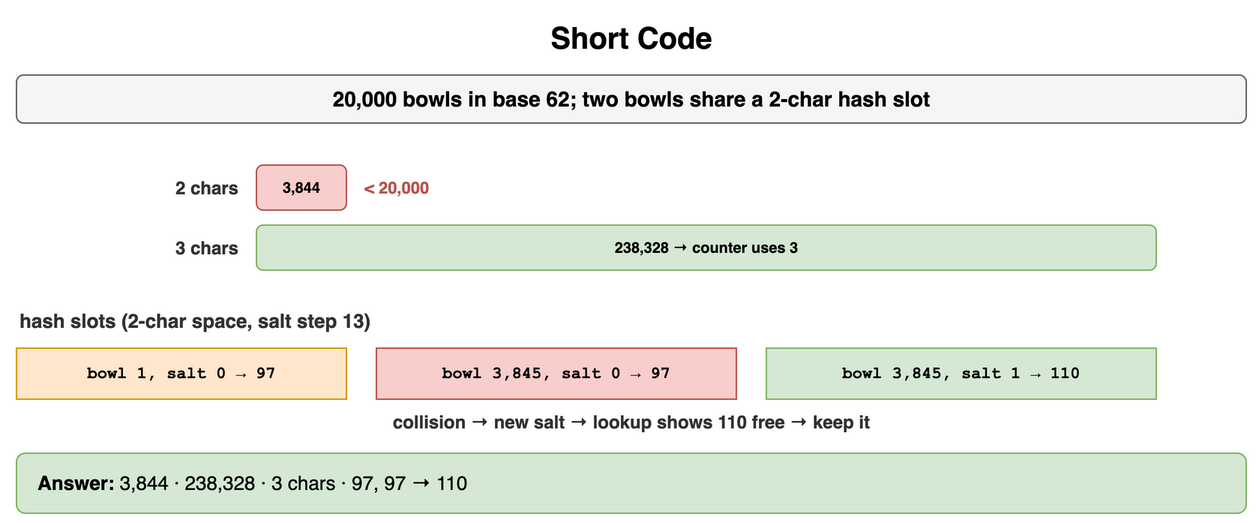
The draw.io diagram content/09_System_Design_Interview/19_Unique_ID_Generation/diagrams/unique-id-drills-7-short-code.png in amendez13/swe-study-guide, before a commit. Source tidied: cells renumbered, new cells last; positions are measured from the earlier drawing's top-left corner, leaving out a move shared by most shapes.
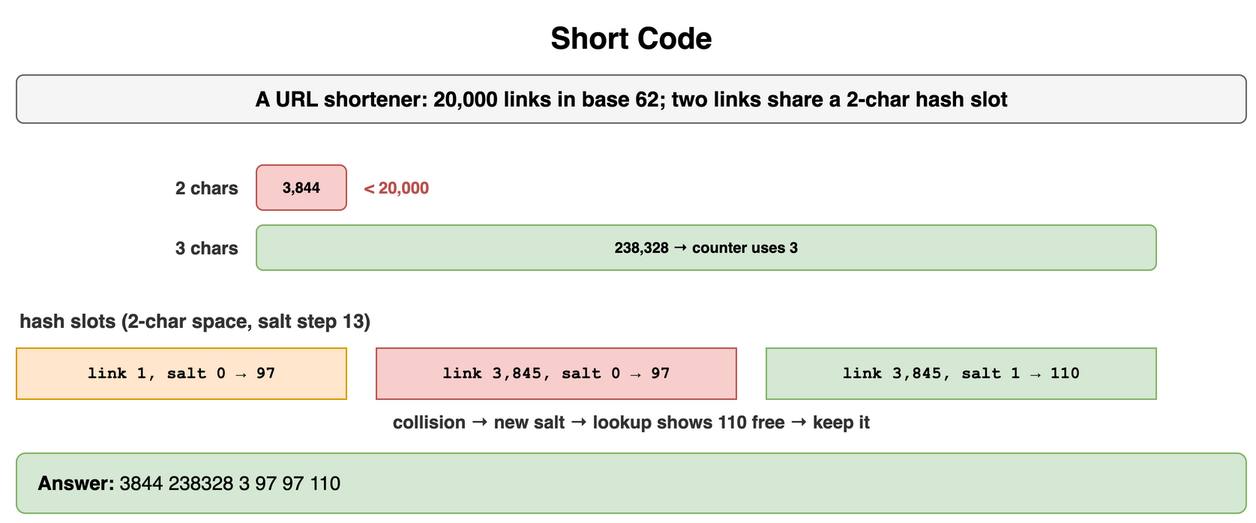
The same file after the commit.

What changed in the source:
```diff
@@ -5,7 +5,7 @@
     <mxCell id="2" value="Short Code" style="text;html=1;align=center;verticalAlign=middle;whiteSpace=wrap;fontSize=20;fontStyle=1;" parent="1" vertex="1">
       <mxGeometry width="820" height="30" as="geometry" />
     </mxCell>
-    <mxCell id="3" value="20,000 bowls in base 62; two bowls share a 2-char hash slot" style="rounded=1;whiteSpace=wrap;html=1;fillColor=#f5f5f5;strokeColor=#666666;fontStyle=1;fontSize=14;" parent="1" vertex="1">
+    <mxCell id="3" value="A URL shortener: 20,000 links in base 62; two links share a 2-char hash slot" style="rounded=1;whiteSpace=wrap;html=1;fillColor=#f5f5f5;strokeColor=#666666;fontStyle=1;fontSize=14;" parent="1" vertex="1">
       <mxGeometry y="40" width="820" height="32" as="geometry" />
     </mxCell>
     <mxCell id="4" value="2 chars" style="text;html=1;whiteSpace=wrap;fontSize=11;align=right;verticalAlign=middle;fontSize=12;fontColor=#333333;fontStyle=1;" parent="1" vertex="1">
@@ -26,19 +26,19 @@
     <mxCell id="9" value="hash slots (2-char space, salt step 13)" style="text;html=1;whiteSpace=wrap;fontSize=11;align=left;verticalAlign=middle;fontSize=13;fontColor=#333333;fontStyle=1;" parent="1" vertex="1">
       <mxGeometry y="194" width="500" height="20" as="geometry" />
     </mxCell>
-    <mxCell id="10" value="bowl 1, salt 0 → 97" style="rounded=0;whiteSpace=wrap;html=1;fontFamily=Courier New;fontStyle=1;fontSize=13;fillColor=#ffe6cc;strokeColor=#d79b00;fontSize=11;" parent="1" vertex="1">
+    <mxCell id="10" value="link 1, salt 0 → 97" style="rounded=0;whiteSpace=wrap;html=1;fontFamily=Courier New;fontStyle=1;fontSize=13;fillColor=#ffe6cc;strokeColor=#d79b00;fontSize=11;" parent="1" vertex="1">
       <mxGeometry y="222" width="220" height="34" as="geometry" />
     </mxCell>
-    <mxCell id="11" value="bowl 3,845, salt 0 → 97" style="rounded=0;whiteSpace=wrap;html=1;fontFamily=Courier New;fontStyle=1;fontSize=13;fillColor=#f8cecc;strokeColor=#b85450;fontSize=11;" parent="1" vertex="1">
+    <mxCell id="11" value="link 3,845, salt 0 → 97" style="rounded=0;whiteSpace=wrap;html=1;fontFamily=Courier New;fontStyle=1;fontSize=13;fillColor=#f8cecc;strokeColor=#b85450;fontSize=11;" parent="1" vertex="1">
       <mxGeometry x="240" y="222" width="240" height="34" as="geometry" />
     </mxCell>
-    <mxCell id="12" value="bowl 3,845, salt 1 → 110" style="rounded=0;whiteSpace=wrap;html=1;fontFamily=Courier New;fontStyle=1;fontSize=13;fillColor=#d5e8d4;strokeColor=#82b366;fontSize=11;" parent="1" vertex="1">
+    <mxCell id="12" value="link 3,845, salt 1 → 110" style="rounded=0;whiteSpace=wrap;html=1;fontFamily=Courier New;fontStyle=1;fontSize=13;fillColor=#d5e8d4;strokeColor=#82b366;fontSize=11;" parent="1" vertex="1">
       <mxGeometry x="500" y="222" width="260" height="34" as="geometry" />
     </mxCell>
     <mxCell id="13" value="collision → new salt → lookup shows 110 free → keep it" style="text;html=1;whiteSpace=wrap;fontSize=11;align=center;verticalAlign=middle;fontSize=12;fontColor=#333333;fontStyle=1;" parent="1" vertex="1">
       <mxGeometry y="262" width="820" height="18" as="geometry" />
     </mxCell>
-    <mxCell id="14" value="&lt;b&gt;Answer:&lt;/b&gt; 3,844 · 238,328 · 3 chars · 97, 97 → 110" style="rounded=1;whiteSpace=wrap;html=1;fillColor=#d5e8d4;strokeColor=#82b366;fontSize=13;align=left;spacingLeft=12;" parent="1" vertex="1">
+    <mxCell id="14" value="&lt;b&gt;Answer:&lt;/b&gt; 3844 238328 3 97 97 110" style="rounded=1;whiteSpace=wrap;html=1;fillColor=#d5e8d4;strokeColor=#82b366;fontSize=13;align=left;spacingLeft=12;" parent="1" vertex="1">
       <mxGeometry y="292" width="820" height="40" as="geometry" />
     </mxCell>
   </root>
```
